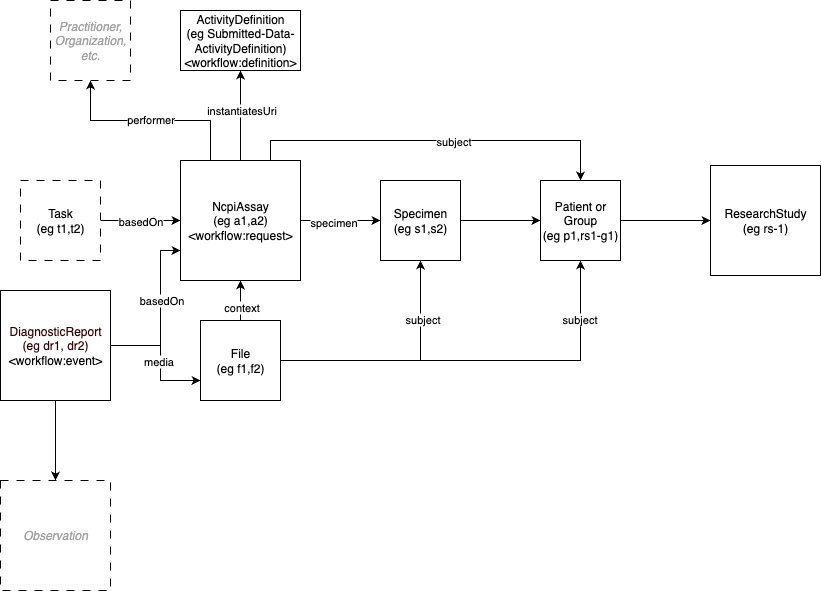
Earlier version of the draw.io export input/images/assay-usage.png (NIH-NCPI/ncpi-fhir-ig-2). Source tidied: cells renumbered, new cells last; positions are measured from the earlier drawing's top-left corner, leaving out a move shared by most shapes.
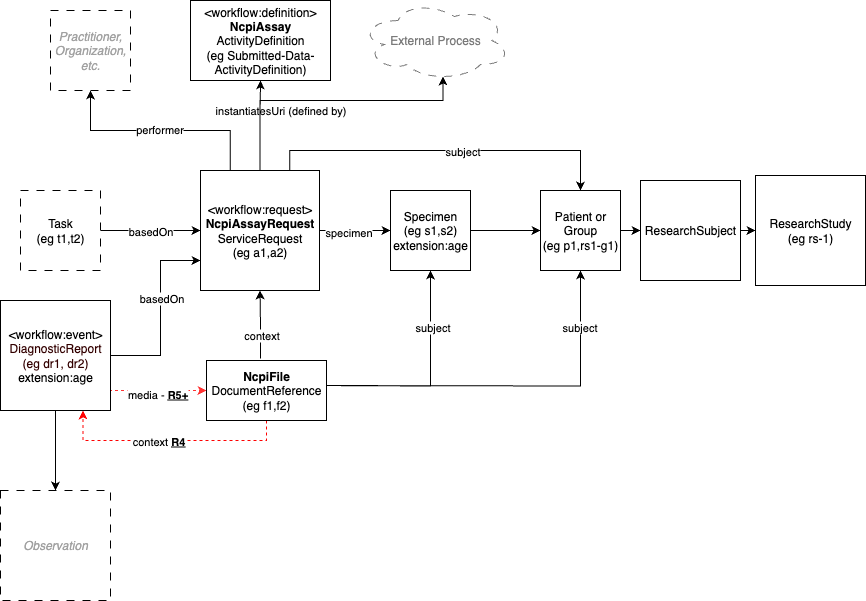
After the change.

The edit, as a diff of the source:
```diff
@@ -38,30 +38,30 @@
     <mxCell id="11" style="edgeStyle=orthogonalEdgeStyle;rounded=0;jettySize=auto;html=1;entryX=0.5;entryY=1;entryDx=0;entryDy=0;" parent="1" edge="1" source="13" target="34">
       <mxGeometry relative="1" as="geometry" />
     </mxCell>
-    <mxCell id="12" value="instantiatesUri" style="edgeLabel;html=1;align=center;verticalAlign=middle;" parent="11" vertex="1">
+    <mxCell id="12" value="instantiatesUri (defined by)" style="edgeLabel;html=1;align=center;verticalAlign=middle;" parent="11" vertex="1">
       <mxGeometry x="-0.12" y="-3" relative="1" as="geometry">
-        <mxPoint x="-3" y="-12" as="offset" />
+        <mxPoint x="17" y="-21" as="offset" />
       </mxGeometry>
     </mxCell>
-    <mxCell id="13" value="NcpiAssay&lt;div&gt;(eg a1,a2)&lt;/div&gt;&lt;div&gt;&amp;lt;workflow:request&amp;gt;&lt;/div&gt;" style="whiteSpace=wrap;html=1;" parent="1" vertex="1">
-      <mxGeometry x="180" y="160" width="120" height="120" as="geometry" />
+    <mxCell id="13" value="&amp;lt;workflow:request&amp;gt;&lt;div&gt;&lt;b&gt;NcpiAssayRequest&lt;/b&gt;&lt;div&gt;ServiceRequest&lt;br&gt;&lt;div&gt;(eg a1,a2)&lt;/div&gt;&lt;/div&gt;&lt;/div&gt;" style="whiteSpace=wrap;html=1;" parent="1" vertex="1">
+      <mxGeometry x="200" y="160" width="119" height="120" as="geometry" />
     </mxCell>
     <mxCell id="14" style="edgeStyle=orthogonalEdgeStyle;rounded=0;jettySize=auto;html=1;" parent="1" edge="1" source="15" target="17">
       <mxGeometry relative="1" as="geometry" />
     </mxCell>
-    <mxCell id="15" value="Specimen&lt;div&gt;(eg s1,s2)&lt;/div&gt;" style="whiteSpace=wrap;html=1;" parent="1" vertex="1">
-      <mxGeometry x="380" y="180" width="80" height="80" as="geometry" />
+    <mxCell id="15" value="Specimen&lt;div&gt;(eg s1,s2)&lt;/div&gt;&lt;div&gt;extension:age&lt;/div&gt;" style="whiteSpace=wrap;html=1;" parent="1" vertex="1">
+      <mxGeometry x="390" y="180" width="80" height="80" as="geometry" />
     </mxCell>
-    <mxCell id="16" style="edgeStyle=orthogonalEdgeStyle;rounded=0;jettySize=auto;html=1;" parent="1" edge="1" source="17" target="18">
+    <mxCell id="16" style="edgeStyle=orthogonalEdgeStyle;rounded=0;jettySize=auto;html=1;entryX=0;entryY=0.5;entryDx=0;entryDy=0;" parent="1" edge="1" source="17" target="41">
       <mxGeometry relative="1" as="geometry" />
     </mxCell>
     <mxCell id="17" value="Patient or Group&lt;div&gt;(eg p1,rs1-g1)&lt;/div&gt;" style="whiteSpace=wrap;html=1;" parent="1" vertex="1">
       <mxGeometry x="540" y="180" width="80" height="80" as="geometry" />
     </mxCell>
     <mxCell id="18" value="ResearchStudy&lt;div&gt;(eg rs-1)&lt;/div&gt;" style="whiteSpace=wrap;html=1;" parent="1" vertex="1">
-      <mxGeometry x="710" y="165" width="110" height="110" as="geometry" />
+      <mxGeometry x="755" y="165" width="110" height="110" as="geometry" />
     </mxCell>
-    <mxCell id="19" style="edgeStyle=orthogonalEdgeStyle;rounded=0;jettySize=auto;html=1;" parent="1" edge="1" source="25" target="13">
+    <mxCell id="19" style="edgeStyle=orthogonalEdgeStyle;rounded=0;jettySize=auto;html=1;exitX=0.45;exitY=-0.033;exitDx=0;exitDy=0;exitPerimeter=0;" parent="1" edge="1" source="37" target="13">
       <mxGeometry relative="1" as="geometry" />
     </mxCell>
     <mxCell id="20" value="context" style="edgeLabel;html=1;align=center;verticalAlign=middle;" parent="19" vertex="1">
@@ -69,23 +69,30 @@
         <mxPoint y="1" as="offset" />
       </mxGeometry>
     </mxCell>
-    <mxCell id="21" style="edgeStyle=orthogonalEdgeStyle;rounded=0;jettySize=auto;html=1;exitX=1;exitY=0.5;exitDx=0;exitDy=0;entryX=0.5;entryY=1;entryDx=0;entryDy=0;" parent="1" edge="1" source="25" target="15">
-      <mxGeometry relative="1" as="geometry" />
+    <mxCell id="21" style="edgeStyle=orthogonalEdgeStyle;rounded=0;jettySize=auto;html=1;exitX=1;exitY=0.5;exitDx=0;exitDy=0;entryX=0.5;entryY=1;entryDx=0;entryDy=0;" parent="1" edge="1" target="15">
+      <mxGeometry relative="1" as="geometry">
+        <mxPoint x="310" y="375" as="sourcePoint" />
+      </mxGeometry>
     </mxCell>
     <mxCell id="22" value="subject" style="edgeLabel;html=1;align=center;verticalAlign=middle;" parent="21" vertex="1">
       <mxGeometry x="0.52" y="-1" relative="1" as="geometry" />
     </mxCell>
-    <mxCell id="23" style="edgeStyle=orthogonalEdgeStyle;rounded=0;jettySize=auto;html=1;entryX=0.5;entryY=1;entryDx=0;entryDy=0;" parent="1" edge="1" source="25" target="17">
-      <mxGeometry relative="1" as="geometry" />
+    <mxCell id="23" style="edgeStyle=orthogonalEdgeStyle;rounded=0;jettySize=auto;html=1;entryX=0.5;entryY=1;entryDx=0;entryDy=0;" parent="1" edge="1" target="17">
+      <mxGeometry relative="1" as="geometry">
+        <mxPoint x="310" y="375" as="sourcePoint" />
+      </mxGeometry>
     </mxCell>
     <mxCell id="24" value="subject" style="edgeLabel;html=1;align=center;verticalAlign=middle;" parent="23" vertex="1">
       <mxGeometry x="0.71" y="2" relative="1" as="geometry">
         <mxPoint y="1" as="offset" />
       </mxGeometry>
     </mxCell>
-    <mxCell id="25" value="File&lt;div&gt;(eg f1,f2)&lt;/div&gt;" style="whiteSpace=wrap;html=1;" parent="1" vertex="1">
-      <mxGeometry x="200" y="320" width="80" height="80" as="geometry" />
-    </mxCell>
+    <mxCell id="35" style="edgeStyle=orthogonalEdgeStyle;rounded=0;jettySize=auto;html=1;entryX=0.75;entryY=1;entryDx=0;entryDy=0;exitX=0.5;exitY=1;exitDx=0;exitDy=0;strokeColor=#FF0000;dashed=1;" parent="1" edge="1" source="37" target="32">
+      <mxGeometry relative="1" as="geometry" />
+    </mxCell>
+    <mxCell id="36" value="context &lt;b&gt;&lt;u&gt;R4&lt;/u&gt;&lt;/b&gt;" style="edgeLabel;html=1;align=center;verticalAlign=middle;" parent="35" vertex="1">
+      <mxGeometry x="0.1" relative="1" as="geometry" />
+    </mxCell>
     <mxCell id="26" value="&lt;span style=&quot;white-space: normal;&quot;&gt;&lt;i&gt;&lt;font style=&quot;color: rgb(161, 161, 161);&quot;&gt;Practitioner, Organization,&lt;/font&gt;&lt;/i&gt;&lt;/span&gt;&lt;div&gt;&lt;span style=&quot;white-space: normal;&quot;&gt;&lt;i&gt;&lt;font style=&quot;color: rgb(161, 161, 161);&quot;&gt;etc.&lt;/font&gt;&lt;/i&gt;&lt;/span&gt;&lt;/div&gt;" style="whiteSpace=wrap;html=1;dashed=1;dashPattern=8 8;" parent="1" vertex="1">
       <mxGeometry x="50" width="80" height="80" as="geometry" />
     </mxCell>
@@ -100,28 +107,48 @@
     <mxCell id="28" value="basedOn" style="edgeLabel;html=1;align=center;verticalAlign=middle;" parent="27" vertex="1">
       <mxGeometry x="0.17" relative="1" as="geometry" />
     </mxCell>
-    <mxCell id="29" style="edgeStyle=orthogonalEdgeStyle;rounded=0;jettySize=auto;html=1;entryX=0;entryY=0.75;entryDx=0;entryDy=0;" parent="1" edge="1" source="32" target="25">
+    <mxCell id="29" style="edgeStyle=orthogonalEdgeStyle;rounded=0;jettySize=auto;html=1;entryX=0;entryY=0.5;entryDx=0;entryDy=0;strokeColor=#FF3333;dashed=1;exitX=1;exitY=0.75;exitDx=0;exitDy=0;" parent="1" edge="1" source="32" target="37">
       <mxGeometry relative="1" as="geometry">
         <Array as="points">
-          <mxPoint x="160" y="345" />
-          <mxPoint x="160" y="380" />
+          <mxPoint x="110" y="380" />
+          <mxPoint x="206" y="380" />
         </Array>
       </mxGeometry>
     </mxCell>
-    <mxCell id="30" value="media" style="edgeLabel;html=1;align=center;verticalAlign=middle;" parent="29" vertex="1">
+    <mxCell id="30" value="media - &lt;b&gt;&lt;u&gt;R5+&lt;/u&gt;&lt;/b&gt;" style="edgeLabel;html=1;align=center;verticalAlign=middle;" parent="29" vertex="1">
       <mxGeometry x="0.05" y="-3" relative="1" as="geometry" />
     </mxCell>
     <mxCell id="31" style="edgeStyle=orthogonalEdgeStyle;rounded=0;jettySize=auto;html=1;" parent="1" edge="1" source="32" target="33">
       <mxGeometry relative="1" as="geometry" />
     </mxCell>
-    <mxCell id="32" value="&lt;font style=&quot;color: rgb(51, 0, 0);&quot;&gt;DiagnosticReport&lt;/font&gt;&lt;div&gt;&lt;font style=&quot;color: rgb(51, 0, 0);&quot;&gt;(eg dr1, dr2)&lt;/font&gt;&lt;/div&gt;&lt;div&gt;&lt;font style=&quot;color: rgb(51, 0, 0);&quot;&gt;&lt;span style=&quot;color: rgb(0, 0, 0);&quot;&gt;&amp;lt;workflow:event&amp;gt;&lt;/span&gt;&lt;/font&gt;&lt;/div&gt;" style="whiteSpace=wrap;html=1;" parent="1" vertex="1">
+    <mxCell id="32" value="&lt;font style=&quot;color: rgb(51, 0, 0);&quot;&gt;&lt;span style=&quot;color: rgb(0, 0, 0);&quot;&gt;&amp;lt;workflow:event&amp;gt;&lt;/span&gt;&lt;/font&gt;&lt;div&gt;&lt;font style=&quot;color: rgb(51, 0, 0);&quot;&gt;DiagnosticReport&lt;/font&gt;&lt;div&gt;&lt;font style=&quot;color: rgb(51, 0, 0);&quot;&gt;(eg dr1, dr2)&lt;/font&gt;&lt;/div&gt;&lt;div&gt;&lt;font style=&quot;color: rgb(51, 0, 0);&quot;&gt;&lt;span style=&quot;color: rgb(0, 0, 0);&quot;&gt;extension:age&lt;/span&gt;&lt;/font&gt;&lt;/div&gt;&lt;/div&gt;" style="whiteSpace=wrap;html=1;" parent="1" vertex="1">
       <mxGeometry y="290" width="110" height="110" as="geometry" />
     </mxCell>
     <mxCell id="33" value="&lt;font color=&quot;#a1a1a1&quot;&gt;&lt;i&gt;Observation&lt;/i&gt;&lt;/font&gt;" style="whiteSpace=wrap;html=1;dashed=1;dashPattern=8 8;" parent="1" vertex="1">
       <mxGeometry y="480" width="110" height="110" as="geometry" />
     </mxCell>
-    <mxCell id="34" value="ActivityDefinition&lt;div&gt;(eg&amp;nbsp;Submitted-Data-ActivityDefinition)&lt;/div&gt;&lt;div&gt;&amp;lt;workflow:definition&amp;gt;&lt;/div&gt;" style="rounded=0;whiteSpace=wrap;html=1;" parent="1" vertex="1">
-      <mxGeometry x="180" y="10" width="120" height="60" as="geometry" />
+    <mxCell id="34" value="&lt;div&gt;&lt;span style=&quot;background-color: transparent; color: light-dark(rgb(0, 0, 0), rgb(255, 255, 255));&quot;&gt;&amp;lt;workflow:definition&amp;gt;&lt;/span&gt;&lt;/div&gt;&lt;div&gt;&lt;b&gt;NcpiAssay&lt;/b&gt;&lt;/div&gt;ActivityDefinition&lt;div&gt;(eg&amp;nbsp;Submitted-Data-ActivityDefinition)&lt;/div&gt;" style="rounded=0;whiteSpace=wrap;html=1;" parent="1" vertex="1">
+      <mxGeometry x="190" y="-10" width="140" height="80" as="geometry" />
     </mxCell>
+    <mxCell id="37" value="&lt;b&gt;NcpiFile&lt;/b&gt;&lt;div&gt;DocumentReference&lt;/div&gt;&lt;div&gt;(eg f1,f2)&lt;/div&gt;" style="rounded=0;whiteSpace=wrap;html=1;" parent="1" vertex="1">
+      <mxGeometry x="206" y="350" width="120" height="60" as="geometry" />
+    </mxCell>
+    <mxCell id="38" value="&lt;font style=&quot;color: rgb(122, 122, 122);&quot;&gt;External Process&lt;/font&gt;" style="ellipse;shape=cloud;whiteSpace=wrap;html=1;strokeColor=#7A7A7A;dashed=1;dashPattern=8 8;" parent="1" vertex="1">
+      <mxGeometry x="360" y="-10" width="150" height="80" as="geometry" />
+    </mxCell>
+    <mxCell id="39" style="edgeStyle=orthogonalEdgeStyle;rounded=0;jettySize=auto;html=1;entryX=0.55;entryY=0.95;entryDx=0;entryDy=0;entryPerimeter=0;exitX=0.5;exitY=0;exitDx=0;exitDy=0;" parent="1" edge="1" source="13" target="38">
+      <mxGeometry relative="1" as="geometry">
+        <Array as="points">
+          <mxPoint x="260" y="90" />
+          <mxPoint x="443" y="90" />
+        </Array>
+      </mxGeometry>
+    </mxCell>
+    <mxCell id="40" style="edgeStyle=orthogonalEdgeStyle;rounded=0;jettySize=auto;html=1;exitX=1;exitY=0.5;exitDx=0;exitDy=0;entryX=0;entryY=0.5;entryDx=0;entryDy=0;" parent="1" edge="1" source="41" target="18">
+      <mxGeometry relative="1" as="geometry" />
+    </mxCell>
+    <mxCell id="41" value="ResearchSubject" style="whiteSpace=wrap;html=1;" parent="1" vertex="1">
+      <mxGeometry x="640" y="170" width="100" height="100" as="geometry" />
+    </mxCell>
   </root>
 </mxGraphModel>
```
